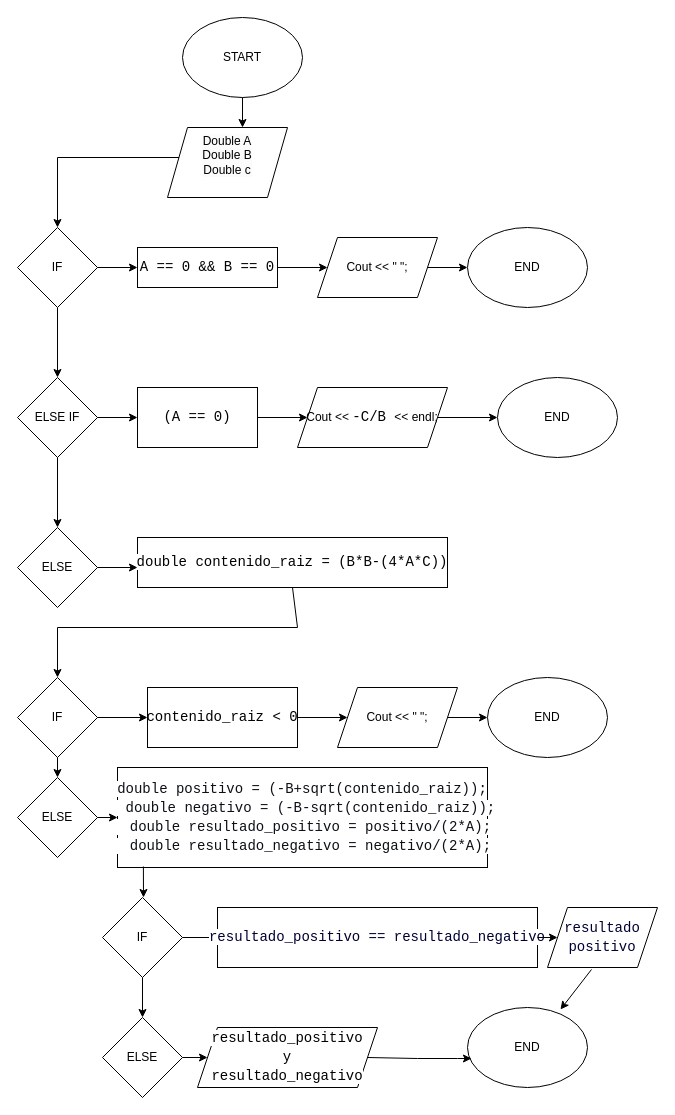
The draw.io diagram Práctico 1 Ejercicio 2.drawio in Kal222000/Diagramas-De-Flujo, before the edit. Source tidied: cells renumbered, new cells numbered last; positions are measured from the earlier drawing's top-left corner, leaving out a move shared by most shapes. Both pictures are drawn from the tidied source at 100%, with x=0, y=0 at pixel (17, 17).
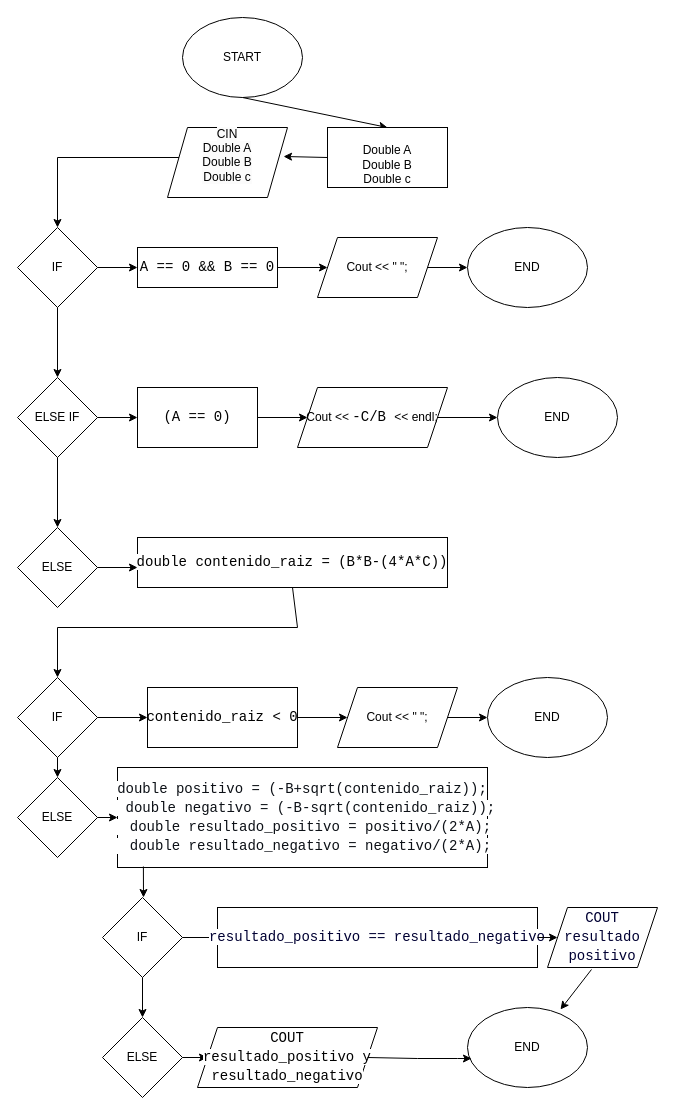
After the change.

The change refers to these unchanged cells:
```xml
<mxCell id="2" value="START" style="ellipse;whiteSpace=wrap;html=1;" parent="1" vertex="1">
  <mxGeometry x="165" width="120" height="80" as="geometry" />
</mxCell>
```

What changed in the source:
```diff
@@
-    <mxCell id="3" style="endArrow=classic;html=1;rounded=0;exitX=0.5;exitY=1;exitDx=0;exitDy=0;" parent="1" edge="1" source="2">
-      <mxGeometry relative="1" as="geometry">
-        <mxPoint x="225" y="110" as="targetPoint" />
-      </mxGeometry>
+    <mxCell id="3" style="endArrow=classic;html=1;rounded=0;exitX=0.5;exitY=1;exitDx=0;exitDy=0;entryX=0.5;entryY=0;entryDx=0;entryDy=0;" parent="1" edge="1" source="2" target="53">
+      <mxGeometry relative="1" as="geometry" />
     </mxCell>
@@
-    <mxCell id="16" value="&#10;&lt;span style=&quot;color: rgb(0, 0, 0); font-family: Helvetica; font-size: 12px; font-style: normal; font-variant-ligatures: normal; font-variant-caps: normal; font-weight: 400; letter-spacing: normal; orphans: 2; text-align: center; text-indent: 0px; text-transform: none; widows: 2; word-spacing: 0px; -webkit-text-stroke-width: 0px; white-space: normal; background-color: rgb(251, 251, 251); text-decoration-thickness: initial; text-decoration-style: initial; text-decoration-color: initial; display: inline !important; float: none;&quot;&gt;Double A&lt;/span&gt;&lt;div style=&quot;forced-color-adjust: none; color: rgb(0, 0, 0); font-family: Helvetica; font-size: 12px; font-style: normal; font-variant-ligatures: normal; font-variant-caps: normal; font-weight: 400; letter-spacing: normal; orphans: 2; text-align: center; text-indent: 0px; text-transform: none; widows: 2; word-spacing: 0px; -webkit-text-stroke-width: 0px; white-space: normal; background-color: rgb(251, 251, 251); text-decoration-thickness: initial; text-decoration-style: initial; text-decoration-color: initial;&quot;&gt;Double B&lt;/div&gt;&lt;div style=&quot;forced-color-adjust: none; color: rgb(0, 0, 0); font-family: Helvetica; font-size: 12px; font-style: normal; font-variant-ligatures: normal; font-variant-caps: normal; font-weight: 400; letter-spacing: normal; orphans: 2; text-align: center; text-indent: 0px; text-transform: none; widows: 2; word-spacing: 0px; -webkit-text-stroke-width: 0px; white-space: normal; background-color: rgb(251, 251, 251); text-decoration-thickness: initial; text-decoration-style: initial; text-decoration-color: initial;&quot;&gt;Double c&lt;/div&gt;&#10;&#10;" style="shape=parallelogram;perimeter=parallelogramPerimeter;whiteSpace=wrap;html=1;fixedSize=1;" parent="1" vertex="1">
+    <mxCell id="16" value="&lt;br&gt;&lt;span style=&quot;color: rgb(0, 0, 0); font-family: Helvetica; font-size: 12px; font-style: normal; font-variant-ligatures: normal; font-variant-caps: normal; font-weight: 400; letter-spacing: normal; orphans: 2; text-align: center; text-indent: 0px; text-transform: none; widows: 2; word-spacing: 0px; -webkit-text-stroke-width: 0px; white-space: normal; background-color: rgb(251, 251, 251); text-decoration-thickness: initial; text-decoration-style: initial; text-decoration-color: initial; display: inline !important; float: none;&quot;&gt;CIN&lt;/span&gt;&lt;div&gt;&lt;span style=&quot;color: rgb(0, 0, 0); font-family: Helvetica; font-size: 12px; font-style: normal; font-variant-ligatures: normal; font-variant-caps: normal; font-weight: 400; letter-spacing: normal; orphans: 2; text-align: center; text-indent: 0px; text-transform: none; widows: 2; word-spacing: 0px; -webkit-text-stroke-width: 0px; white-space: normal; background-color: rgb(251, 251, 251); text-decoration-thickness: initial; text-decoration-style: initial; text-decoration-color: initial; display: inline !important; float: none;&quot;&gt;Double A&lt;/span&gt;&lt;div style=&quot;forced-color-adjust: none; color: rgb(0, 0, 0); font-family: Helvetica; font-size: 12px; font-style: normal; font-variant-ligatures: normal; font-variant-caps: normal; font-weight: 400; letter-spacing: normal; orphans: 2; text-align: center; text-indent: 0px; text-transform: none; widows: 2; word-spacing: 0px; -webkit-text-stroke-width: 0px; white-space: normal; background-color: rgb(251, 251, 251); text-decoration-thickness: initial; text-decoration-style: initial; text-decoration-color: initial;&quot;&gt;Double B&lt;/div&gt;&lt;div style=&quot;forced-color-adjust: none; color: rgb(0, 0, 0); font-family: Helvetica; font-size: 12px; font-style: normal; font-variant-ligatures: normal; font-variant-caps: normal; font-weight: 400; letter-spacing: normal; orphans: 2; text-align: center; text-indent: 0px; text-transform: none; widows: 2; word-spacing: 0px; -webkit-text-stroke-width: 0px; white-space: normal; background-color: rgb(251, 251, 251); text-decoration-thickness: initial; text-decoration-style: initial; text-decoration-color: initial;&quot;&gt;Double c&lt;/div&gt;&lt;br&gt;&lt;br&gt;&lt;/div&gt;" style="shape=parallelogram;perimeter=parallelogramPerimeter;whiteSpace=wrap;html=1;fixedSize=1;" parent="1" vertex="1">
       <mxGeometry x="150" y="110" width="120" height="70" as="geometry" />
     </mxCell>
@@
-    <mxCell id="48" value="&lt;div style=&quot;font-family: Consolas, &amp;quot;Courier New&amp;quot;, monospace; font-size: 14px; line-height: 19px; white-space: pre;&quot;&gt;&lt;span style=&quot;background-color: rgb(255, 255, 255);&quot;&gt;&lt;font color=&quot;#000033&quot;&gt;resultado&lt;/font&gt;&lt;/span&gt;&lt;/div&gt;&lt;div style=&quot;font-family: Consolas, &amp;quot;Courier New&amp;quot;, monospace; font-size: 14px; line-height: 19px; white-space: pre;&quot;&gt;&lt;span style=&quot;background-color: rgb(255, 255, 255);&quot;&gt;&lt;font color=&quot;#000033&quot;&gt;positivo&lt;/font&gt;&lt;/span&gt;&lt;/div&gt;" style="shape=parallelogram;perimeter=parallelogramPerimeter;whiteSpace=wrap;html=1;fixedSize=1;" parent="1" vertex="1">
+    <mxCell id="48" value="&lt;div style=&quot;font-family: Consolas, &amp;quot;Courier New&amp;quot;, monospace; font-size: 14px; line-height: 19px; white-space: pre;&quot;&gt;&lt;span style=&quot;background-color: rgb(255, 255, 255);&quot;&gt;&lt;font color=&quot;#000033&quot;&gt;COUT&lt;/font&gt;&lt;/span&gt;&lt;/div&gt;&lt;div style=&quot;font-family: Consolas, &amp;quot;Courier New&amp;quot;, monospace; font-size: 14px; line-height: 19px; white-space: pre;&quot;&gt;&lt;span style=&quot;background-color: rgb(255, 255, 255);&quot;&gt;&lt;font color=&quot;#000033&quot;&gt;resultado&lt;/font&gt;&lt;/span&gt;&lt;/div&gt;&lt;div style=&quot;font-family: Consolas, &amp;quot;Courier New&amp;quot;, monospace; font-size: 14px; line-height: 19px; white-space: pre;&quot;&gt;&lt;span style=&quot;background-color: rgb(255, 255, 255);&quot;&gt;&lt;font color=&quot;#000033&quot;&gt;positivo&lt;/font&gt;&lt;/span&gt;&lt;/div&gt;" style="shape=parallelogram;perimeter=parallelogramPerimeter;whiteSpace=wrap;html=1;fixedSize=1;" parent="1" vertex="1">
       <mxGeometry x="530" y="890" width="110" height="60" as="geometry" />
     </mxCell>
-    <mxCell id="49" value="&lt;div style=&quot;font-family: Consolas, &amp;quot;Courier New&amp;quot;, monospace; font-size: 14px; line-height: 19px; white-space: pre;&quot;&gt;&lt;div style=&quot;line-height: 19px;&quot;&gt;&lt;span style=&quot;background-color: rgb(255, 255, 255);&quot;&gt;resultado_positivo&lt;/span&gt;&lt;/div&gt;&lt;div style=&quot;line-height: 19px;&quot;&gt;&lt;span style=&quot;background-color: rgb(255, 255, 255);&quot;&gt;y&lt;/span&gt;&lt;/div&gt;&lt;div style=&quot;line-height: 19px;&quot;&gt;&lt;span style=&quot;background-color: rgb(255, 255, 255);&quot;&gt;resultado_negativo&lt;/span&gt;&lt;/div&gt;&lt;/div&gt;" style="shape=parallelogram;perimeter=parallelogramPerimeter;whiteSpace=wrap;html=1;fixedSize=1;" parent="1" vertex="1">
+    <mxCell id="49" value="&lt;div style=&quot;font-family: Consolas, &amp;quot;Courier New&amp;quot;, monospace; font-size: 14px; line-height: 19px; white-space: pre;&quot;&gt;&lt;div style=&quot;line-height: 19px;&quot;&gt;&lt;span style=&quot;background-color: rgb(255, 255, 255);&quot;&gt;COUT&lt;/span&gt;&lt;/div&gt;&lt;div style=&quot;line-height: 19px;&quot;&gt;&lt;span style=&quot;background-color: rgb(255, 255, 255);&quot;&gt;resultado_positivo &lt;/span&gt;&lt;span style=&quot;background-color: rgb(255, 255, 255);&quot;&gt;y&lt;/span&gt;&lt;/div&gt;&lt;div style=&quot;line-height: 19px;&quot;&gt;&lt;span style=&quot;background-color: rgb(255, 255, 255);&quot;&gt;resultado_negativo&lt;/span&gt;&lt;/div&gt;&lt;/div&gt;" style="shape=parallelogram;perimeter=parallelogramPerimeter;whiteSpace=wrap;html=1;fixedSize=1;" parent="1" vertex="1">
       <mxGeometry x="180" y="1010" width="180" height="60" as="geometry" />
     </mxCell>
@@
+    <mxCell id="53" value="&lt;br&gt;Double A&lt;div&gt;Double B&lt;/div&gt;&lt;div&gt;Double c&lt;/div&gt;" style="rounded=0;whiteSpace=wrap;html=1;" parent="1" vertex="1">
+      <mxGeometry x="310" y="110" width="120" height="60" as="geometry" />
+    </mxCell>
+    <mxCell id="54" style="endArrow=classic;html=1;rounded=0;exitX=0;exitY=0.5;exitDx=0;exitDy=0;entryX=0.967;entryY=0.414;entryDx=0;entryDy=0;entryPerimeter=0;" parent="1" edge="1" source="53" target="16">
+      <mxGeometry relative="1" as="geometry" />
+    </mxCell>
```
